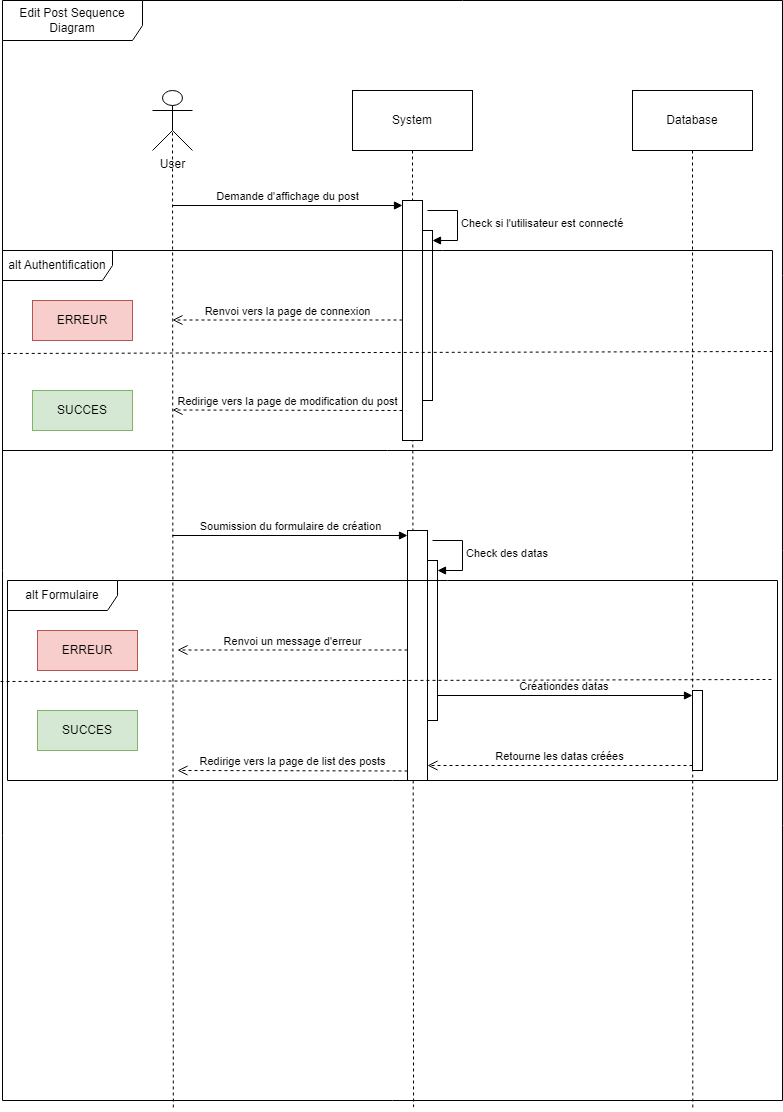
Earlier version of the draw.io export diagrammes/Projet_5_CHASSELOUP_Axel_DDS_EditPostSequence.png (Axel92290/Projet_blog_php). Source tidied: cells renumbered, new cells last; positions are measured from the earlier drawing's top-left corner, leaving out a move shared by most shapes.
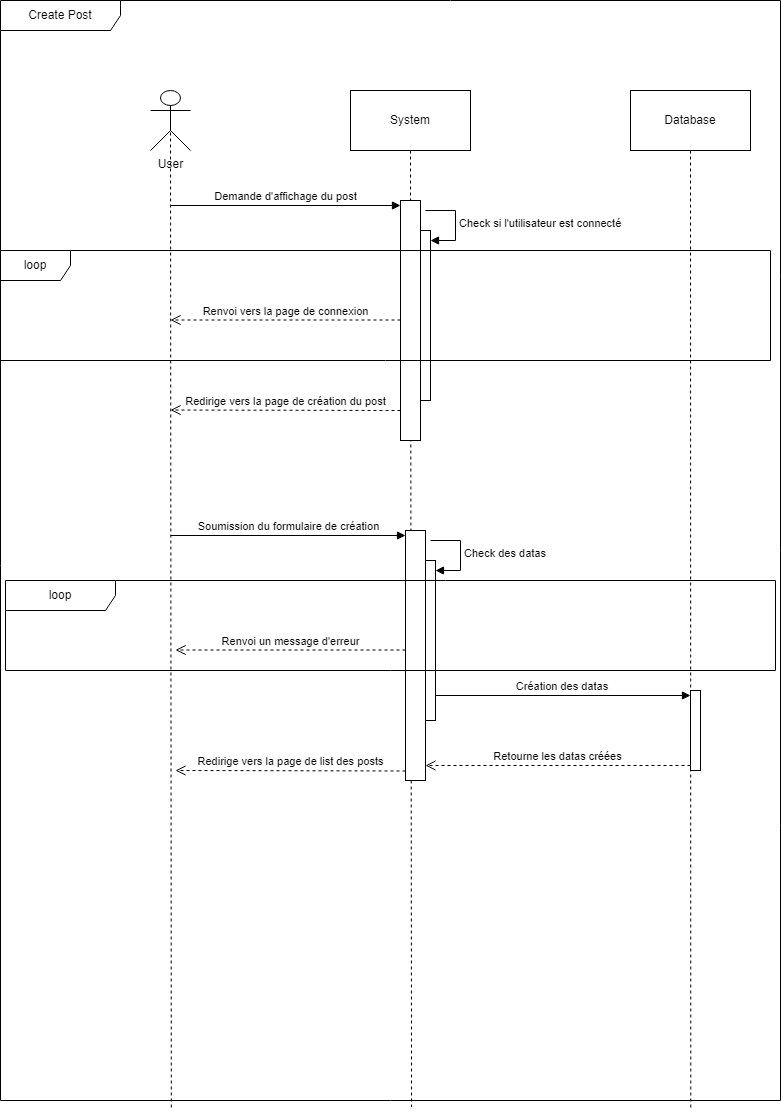
The same file after the commit.

What changed in the source:
```diff
@@ -2,7 +2,7 @@
   <root>
     <mxCell id="0" />
     <mxCell id="1" parent="0" />
-    <mxCell id="2" value="Edit Post Sequence Diagram" style="shape=umlFrame;whiteSpace=wrap;html=1;width=140;height=40;" parent="1" vertex="1">
+    <mxCell id="2" value="Create Post" style="shape=umlFrame;whiteSpace=wrap;html=1;width=120;height=30;" parent="1" vertex="1">
       <mxGeometry x="2" width="780" height="1100" as="geometry" />
     </mxCell>
     <mxCell id="3" style="rounded=0;jettySize=auto;html=1;exitX=0.5;exitY=0.5;exitDx=0;exitDy=0;exitPerimeter=0;entryX=0.219;entryY=1.008;entryDx=0;entryDy=0;entryPerimeter=0;endArrow=none;endFill=0;dashed=1;" parent="1" edge="1" source="4" target="2">
@@ -42,24 +42,15 @@
         </Array>
       </mxGeometry>
     </mxCell>
-    <mxCell id="13" value="alt Authentification" style="shape=umlFrame;whiteSpace=wrap;html=1;width=110;height=30;" parent="1" vertex="1">
-      <mxGeometry x="2" y="250" width="770" height="200" as="geometry" />
+    <mxCell id="13" value="loop" style="shape=umlFrame;whiteSpace=wrap;html=1;width=70;height=30;" parent="1" vertex="1">
+      <mxGeometry x="2" y="250" width="770" height="110" as="geometry" />
     </mxCell>
-    <mxCell id="14" style="endArrow=none;dashed=1;html=1;rounded=0;exitX=-0.001;exitY=0.515;exitDx=0;exitDy=0;exitPerimeter=0;entryX=1;entryY=0.505;entryDx=0;entryDy=0;entryPerimeter=0;" parent="1" edge="1" source="13" target="13">
-      <mxGeometry relative="1" as="geometry" />
-    </mxCell>
-    <mxCell id="15" value="ERREUR" style="rounded=0;whiteSpace=wrap;html=1;fillColor=#f8cecc;strokeColor=#b85450;" parent="1" vertex="1">
-      <mxGeometry x="32" y="300" width="100" height="40" as="geometry" />
-    </mxCell>
-    <mxCell id="16" value="SUCCES" style="rounded=0;whiteSpace=wrap;html=1;fillColor=#d5e8d4;strokeColor=#82b366;" parent="1" vertex="1">
-      <mxGeometry x="32" y="390" width="100" height="40" as="geometry" />
-    </mxCell>
     <mxCell id="17" value="Renvoi vers la page de connexion" style="html=1;verticalAlign=bottom;endArrow=open;dashed=1;endSize=8;curved=0;rounded=0;" parent="1" edge="1" source="9">
       <mxGeometry relative="1" as="geometry">
         <mxPoint x="172" y="319.5" as="targetPoint" />
       </mxGeometry>
     </mxCell>
-    <mxCell id="18" value="Redirige vers la page de modification du post" style="html=1;verticalAlign=bottom;endArrow=open;dashed=1;endSize=8;curved=0;rounded=0;" parent="1" edge="1">
+    <mxCell id="18" value="Redirige vers la page de création du post" style="html=1;verticalAlign=bottom;endArrow=open;dashed=1;endSize=8;curved=0;rounded=0;" parent="1" edge="1">
       <mxGeometry relative="1" as="geometry">
         <mxPoint x="402" y="410" as="sourcePoint" />
         <mxPoint x="172" y="409.5" as="targetPoint" />
@@ -84,15 +75,9 @@
         </Array>
       </mxGeometry>
     </mxCell>
-    <mxCell id="23" value="alt Formulaire" style="shape=umlFrame;whiteSpace=wrap;html=1;width=110;height=30;" parent="1" vertex="1">
-      <mxGeometry x="7" y="580" width="770" height="200" as="geometry" />
+    <mxCell id="23" value="loop" style="shape=umlFrame;whiteSpace=wrap;html=1;width=110;height=30;" parent="1" vertex="1">
+      <mxGeometry x="7" y="580" width="770" height="90" as="geometry" />
     </mxCell>
-    <mxCell id="24" value="ERREUR" style="rounded=0;whiteSpace=wrap;html=1;fillColor=#f8cecc;strokeColor=#b85450;" parent="1" vertex="1">
-      <mxGeometry x="37" y="630" width="100" height="40" as="geometry" />
-    </mxCell>
-    <mxCell id="25" value="SUCCES" style="rounded=0;whiteSpace=wrap;html=1;fillColor=#d5e8d4;strokeColor=#82b366;" parent="1" vertex="1">
-      <mxGeometry x="37" y="710" width="100" height="40" as="geometry" />
-    </mxCell>
     <mxCell id="26" value="Renvoi un message d'erreur" style="html=1;verticalAlign=bottom;endArrow=open;dashed=1;endSize=8;curved=0;rounded=0;" parent="1" edge="1" source="19">
       <mxGeometry relative="1" as="geometry">
         <mxPoint x="177" y="649.5" as="targetPoint" />
@@ -107,17 +92,11 @@
     <mxCell id="28" style="html=1;points=[[0,0,0,0,5],[0,1,0,0,-5],[1,0,0,0,5],[1,1,0,0,-5]];perimeter=orthogonalPerimeter;outlineConnect=0;targetShapes=umlLifeline;portConstraint=eastwest;newEdgeStyle={&quot;curved&quot;:0,&quot;rounded&quot;:0};" parent="1" vertex="1">
       <mxGeometry x="692" y="690" width="10" height="80" as="geometry" />
     </mxCell>
-    <mxCell id="29" value="Créationdes datas&amp;nbsp;" style="html=1;verticalAlign=bottom;endArrow=block;curved=0;rounded=0;entryX=0;entryY=0;entryDx=0;entryDy=5;" parent="1" edge="1" source="21" target="28">
+    <mxCell id="29" value="Création des datas&amp;nbsp;" style="html=1;verticalAlign=bottom;endArrow=block;curved=0;rounded=0;entryX=0;entryY=0;entryDx=0;entryDy=5;" parent="1" edge="1" source="21" target="28">
       <mxGeometry relative="1" as="geometry" />
     </mxCell>
     <mxCell id="30" value="Retourne les datas créées" style="html=1;verticalAlign=bottom;endArrow=open;dashed=1;endSize=8;curved=0;rounded=0;exitX=0;exitY=1;exitDx=0;exitDy=-5;" parent="1" edge="1" source="28" target="19">
       <mxGeometry relative="1" as="geometry" />
     </mxCell>
-    <mxCell id="31" style="endArrow=none;dashed=1;html=1;rounded=0;exitX=-0.001;exitY=0.515;exitDx=0;exitDy=0;exitPerimeter=0;entryX=1;entryY=0.505;entryDx=0;entryDy=0;entryPerimeter=0;" parent="1" edge="1">
-      <mxGeometry relative="1" as="geometry">
-        <mxPoint y="681" as="sourcePoint" />
-        <mxPoint x="771" y="679" as="targetPoint" />
-      </mxGeometry>
-    </mxCell>
   </root>
 </mxGraphModel>
```
